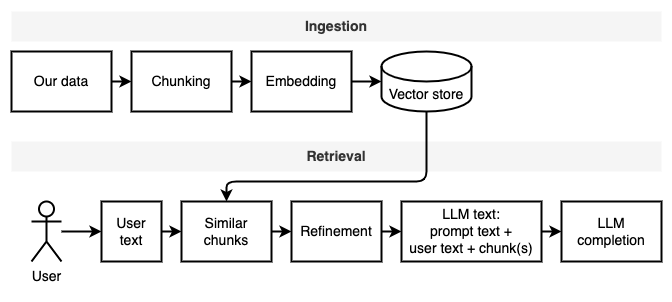
The draw.io diagram pics/overview.drawio.png in fau-masters-collected-works-cgarbin/gpt-all-local, before a commit. Source tidied: cells renumbered, new cells last; positions are measured from the earlier drawing's top-left corner, leaving out a move shared by most shapes.
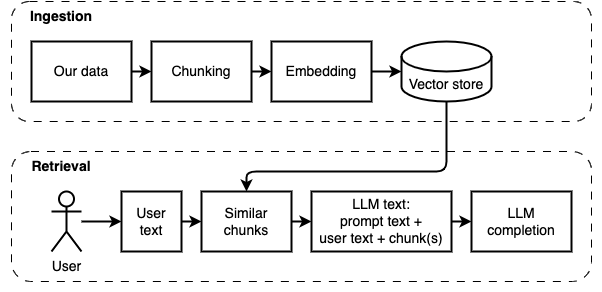
The same file after the commit.

Diff of the diagram source:
```diff
@@ -3,7 +3,7 @@
     <mxCell id="0" />
     <mxCell id="1" parent="0" />
     <mxCell id="2" style="rounded=0;whiteSpace=wrap;html=1;fontSize=14;strokeColor=none;strokeWidth=2;" parent="1" vertex="1">
-      <mxGeometry width="670" height="300" as="geometry" />
+      <mxGeometry x="-20" y="10" width="600" height="290" as="geometry" />
     </mxCell>
     <mxCell id="3" style="edgeStyle=none;html=1;fontSize=14;strokeWidth=2;" parent="1" edge="1" source="4" target="6">
       <mxGeometry relative="1" as="geometry" />
@@ -26,12 +26,6 @@
     <mxCell id="9" value="Vector store" style="shape=cylinder3;whiteSpace=wrap;html=1;boundedLbl=1;backgroundOutline=1;size=15;fontSize=14;strokeWidth=2;" parent="1" vertex="1">
       <mxGeometry x="380" y="50" width="90" height="60" as="geometry" />
     </mxCell>
-    <mxCell id="10" value="Ingestion" style="text;html=1;strokeColor=none;fillColor=#f5f5f5;align=center;verticalAlign=middle;whiteSpace=wrap;rounded=0;fontSize=14;fontColor=#333333;fontStyle=1;strokeWidth=2;" parent="1" vertex="1">
-      <mxGeometry x="10" y="10" width="650" height="30" as="geometry" />
-    </mxCell>
-    <mxCell id="11" value="Retrieval" style="text;html=1;strokeColor=none;fillColor=#f5f5f5;align=center;verticalAlign=middle;whiteSpace=wrap;rounded=0;fontSize=14;fontColor=#333333;fontStyle=1;strokeWidth=2;" parent="1" vertex="1">
-      <mxGeometry x="10" y="140" width="650" height="30" as="geometry" />
-    </mxCell>
     <mxCell id="12" style="edgeStyle=none;html=1;fontSize=14;strokeWidth=2;" parent="1" edge="1" source="13" target="15">
       <mxGeometry relative="1" as="geometry" />
     </mxCell>
@@ -44,26 +38,22 @@
     <mxCell id="15" value="User&lt;br&gt;text" style="rounded=0;whiteSpace=wrap;html=1;fontSize=14;strokeWidth=2;" parent="1" vertex="1">
       <mxGeometry x="100" y="200" width="60" height="60" as="geometry" />
     </mxCell>
-    <mxCell id="16" style="edgeStyle=none;html=1;fontSize=14;strokeWidth=2;" parent="1" edge="1" source="17" target="19">
-      <mxGeometry relative="1" as="geometry" />
+    <mxCell id="16" style="edgeStyle=none;html=1;fontSize=14;strokeWidth=2;" parent="1" edge="1" source="17">
+      <mxGeometry relative="1" as="geometry">
+        <mxPoint x="290" y="230" as="targetPoint" />
+      </mxGeometry>
     </mxCell>
     <mxCell id="17" value="Similar chunks" style="rounded=0;whiteSpace=wrap;html=1;fontSize=14;strokeWidth=2;" parent="1" vertex="1">
       <mxGeometry x="180" y="200" width="90" height="60" as="geometry" />
     </mxCell>
-    <mxCell id="18" style="edgeStyle=none;html=1;fontSize=14;strokeWidth=2;" parent="1" edge="1" source="19" target="21">
-      <mxGeometry relative="1" as="geometry" />
-    </mxCell>
-    <mxCell id="19" value="Refinement" style="rounded=0;whiteSpace=wrap;html=1;fontSize=14;strokeWidth=2;" parent="1" vertex="1">
-      <mxGeometry x="290" y="200" width="90" height="60" as="geometry" />
-    </mxCell>
     <mxCell id="20" style="edgeStyle=none;html=1;fontSize=14;strokeWidth=2;" parent="1" edge="1" source="21" target="22">
       <mxGeometry relative="1" as="geometry" />
     </mxCell>
     <mxCell id="21" value="LLM text:&lt;br&gt;prompt text +&lt;br&gt;user text + chunk(s)" style="rounded=0;whiteSpace=wrap;html=1;fontSize=14;strokeWidth=2;" parent="1" vertex="1">
-      <mxGeometry x="400" y="200" width="140" height="60" as="geometry" />
+      <mxGeometry x="290" y="200" width="140" height="60" as="geometry" />
     </mxCell>
     <mxCell id="22" value="LLM completion" style="rounded=0;whiteSpace=wrap;html=1;fontSize=14;strokeWidth=2;" parent="1" vertex="1">
-      <mxGeometry x="560" y="200" width="100" height="60" as="geometry" />
+      <mxGeometry x="450" y="200" width="100" height="60" as="geometry" />
     </mxCell>
     <mxCell id="23" style="endArrow=classic;html=1;fontSize=14;exitX=0.5;exitY=1;exitDx=0;exitDy=0;exitPerimeter=0;entryX=0.5;entryY=0;entryDx=0;entryDy=0;strokeWidth=2;" parent="1" edge="1" source="9" target="17">
       <mxGeometry relative="1" as="geometry">
@@ -73,5 +63,17 @@
         </Array>
       </mxGeometry>
     </mxCell>
+    <mxCell id="24" style="rounded=1;whiteSpace=wrap;html=1;fillColor=none;dashed=1;dashPattern=8 8;" parent="1" vertex="1">
+      <mxGeometry x="-10" y="10" width="580" height="120" as="geometry" />
+    </mxCell>
+    <mxCell id="25" style="rounded=1;whiteSpace=wrap;html=1;fillColor=none;dashed=1;dashPattern=8 8;" parent="1" vertex="1">
+      <mxGeometry x="-10" y="160" width="580" height="130" as="geometry" />
+    </mxCell>
+    <mxCell id="10" value="Ingestion" style="text;html=1;strokeColor=none;fillColor=none;align=center;verticalAlign=middle;whiteSpace=wrap;rounded=0;dashed=1;dashPattern=8 8;fontStyle=1;fontSize=14;" parent="1" vertex="1">
+      <mxGeometry x="10" y="10" width="60" height="30" as="geometry" />
+    </mxCell>
+    <mxCell id="11" value="Retrieval" style="text;html=1;strokeColor=none;fillColor=none;align=center;verticalAlign=middle;whiteSpace=wrap;rounded=0;dashed=1;dashPattern=8 8;fontStyle=1;fontSize=14;" parent="1" vertex="1">
+      <mxGeometry x="10" y="160" width="60" height="30" as="geometry" />
+    </mxCell>
   </root>
 </mxGraphModel>
```
